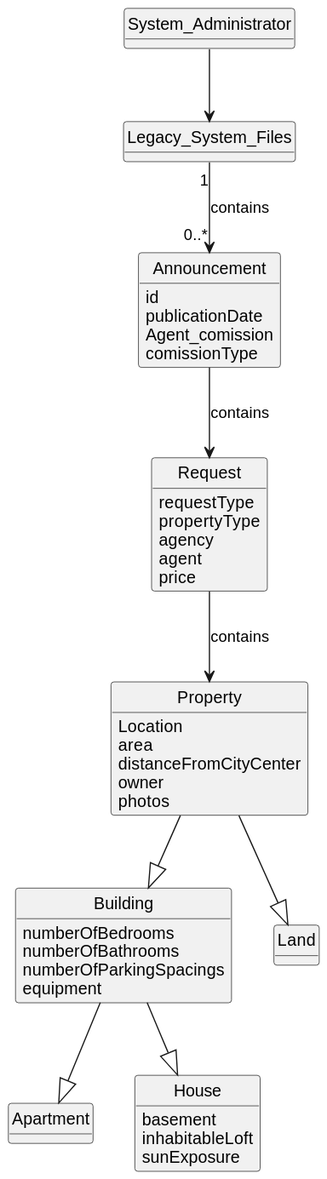
Earlier version of the PlantUML export docs/sprintD/us012/02.analysis/svg/us012-domain-model.svg (1220812/LAPR2). The source it was exported from:
```plantuml
@startuml
skinparam monochrome true
skinparam packageStyle rectangle
skinparam shadowing false


skinparam classAttributeIconSize 0

hide circle
hide methods



class Announcement{
id
publicationDate
Agent_comission
comissionType
}

class Request{
requestType
propertyType
agency
agent
price
}

class Property{
Location
area
distanceFromCityCenter
owner
photos
}

class Building{
numberOfBedrooms
numberOfBathrooms
numberOfParkingSpacings
equipment
}

class Land{
}

class Apartment {

}

class House{
basement
inhabitableLoft
sunExposure
}

class Legacy_System_Files {
}


System_Administrator --> Legacy_System_Files
Legacy_System_Files "1" --> "0..*" Announcement : contains

Property --|> Building
Property --|> Land
Building --|> Apartment
Building --|> House
Request --> Property : contains
Announcement --> Request : contains
@enduml
```
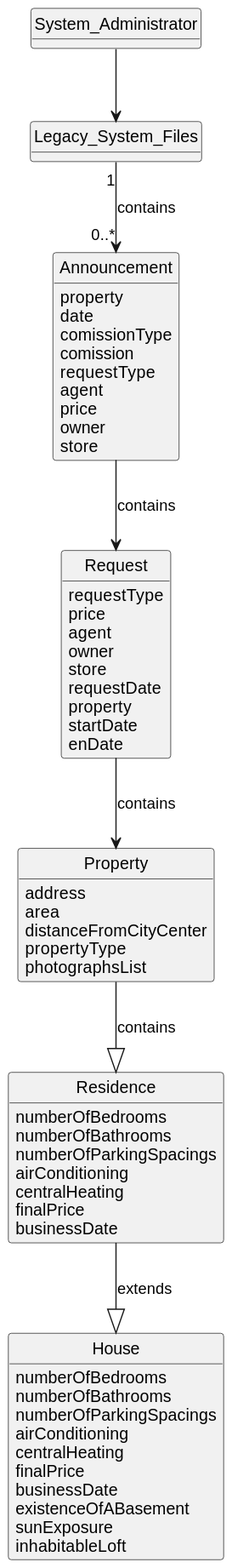
After the commit.

Commit message:
US012- Corrected mistakes in class diagram and domain model. US005- Fixed the domain model and system sequence diagram

Change to the diagram source:
```diff
@@ -12,46 +12,58 @@
 
 
 class Announcement{
-id
-publicationDate
-Agent_comission
+property
+date
 comissionType
+comission
+requestType
+agent
+price
+owner
+store
 }
 
 class Request{
 requestType
-propertyType
-agency
+price
 agent
-price
+owner
+store
+requestDate
+property
+startDate
+enDate
 }
 
 class Property{
-Location
+address
 area
 distanceFromCityCenter
-owner
-photos
+propertyType
+photographsList
 }
 
-class Building{
+class Residence{
 numberOfBedrooms
 numberOfBathrooms
 numberOfParkingSpacings
-equipment
-}
-
-class Land{
-}
-
-class Apartment {
-
+airConditioning
+centralHeating
+finalPrice
+businessDate
 }
 
 class House{
-basement
+numberOfBedrooms
+numberOfBathrooms
+numberOfParkingSpacings
+airConditioning
+centralHeating
+finalPrice
+businessDate
+existenceOfABasement
+sunExposure
 inhabitableLoft
-sunExposure
 }
 
 class Legacy_System_Files {
@@ -61,10 +73,8 @@
 System_Administrator --> Legacy_System_Files
 Legacy_System_Files "1" --> "0..*" Announcement : contains
 
-Property --|> Building
-Property --|> Land
-Building --|> Apartment
-Building --|> House
+Property --|> Residence : contains
+Residence --|> House : extends
 Request --> Property : contains
 Announcement --> Request : contains
 @enduml
```
